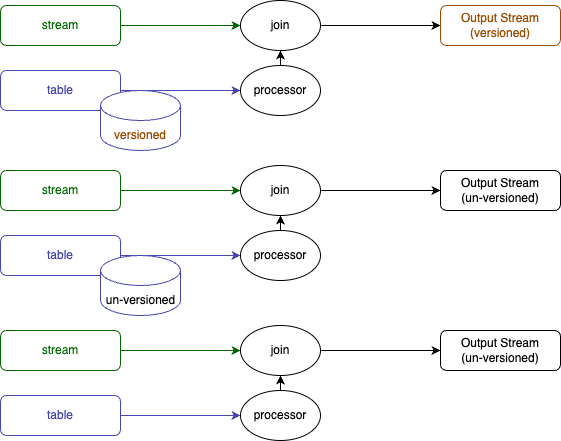
Earlier version of the draw.io export img/kafka/kafka-streams-versioned-state-store-10.drawio.png (windowforsun/blog). Source tidied: cells renumbered, new cells last; positions are measured from the earlier drawing's top-left corner, leaving out a move shared by most shapes.
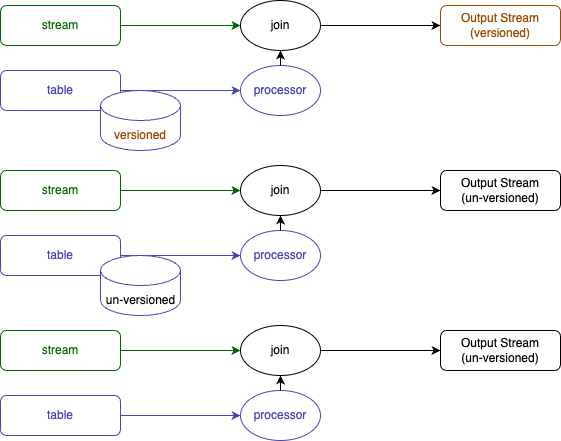
After the commit.

Commit message:
kafka-streams-versioned-state-store-10.drawio.png이 추가되었습니다.

What changed in the source:
```diff
@@ -29,7 +29,7 @@
     <mxCell id="10" value="versioned" style="text;html=1;align=center;verticalAlign=middle;whiteSpace=wrap;rounded=0;fontColor=#994C00;" parent="1" vertex="1">
       <mxGeometry x="110" y="120" width="60" height="30" as="geometry" />
     </mxCell>
-    <mxCell id="11" value="processor" style="ellipse;whiteSpace=wrap;html=1;strokeColor=#000000;" parent="1" vertex="1">
+    <mxCell id="11" value="processor" style="ellipse;whiteSpace=wrap;html=1;strokeColor=#4747B3;fontColor=#4747B3;" parent="1" vertex="1">
       <mxGeometry x="240" y="65" width="80" height="50" as="geometry" />
     </mxCell>
     <mxCell id="12" style="endArrow=classic;html=1;rounded=0;entryX=0.5;entryY=1;entryDx=0;entryDy=0;exitX=0.5;exitY=0;exitDx=0;exitDy=0;" parent="1" edge="1" source="11" target="5">
@@ -62,7 +62,7 @@
     <mxCell id="21" value="&lt;font color=&quot;#000000&quot;&gt;un-versioned&lt;/font&gt;" style="text;html=1;align=center;verticalAlign=middle;whiteSpace=wrap;rounded=0;fontColor=#994C00;" parent="1" vertex="1">
       <mxGeometry x="102.5" y="285" width="75" height="30" as="geometry" />
     </mxCell>
-    <mxCell id="22" value="processor" style="ellipse;whiteSpace=wrap;html=1;strokeColor=#000000;" parent="1" vertex="1">
+    <mxCell id="22" value="processor" style="ellipse;whiteSpace=wrap;html=1;strokeColor=#4747B3;fontColor=#4747B3;" parent="1" vertex="1">
       <mxGeometry x="240" y="230" width="80" height="50" as="geometry" />
     </mxCell>
     <mxCell id="23" style="endArrow=classic;html=1;rounded=0;entryX=0.5;entryY=1;entryDx=0;entryDy=0;exitX=0.5;exitY=0;exitDx=0;exitDy=0;" parent="1" edge="1" source="22" target="16">
@@ -89,7 +89,7 @@
     <mxCell id="30" value="&lt;div&gt;&lt;font color=&quot;#4747b3&quot;&gt;table&lt;/font&gt;&lt;/div&gt;" style="rounded=1;whiteSpace=wrap;html=1;strokeColor=#4747B3;fontColor=#006600;" parent="1" vertex="1">
       <mxGeometry y="395" width="120" height="40" as="geometry" />
     </mxCell>
-    <mxCell id="31" value="processor" style="ellipse;whiteSpace=wrap;html=1;strokeColor=#000000;" parent="1" vertex="1">
+    <mxCell id="31" value="processor" style="ellipse;whiteSpace=wrap;html=1;strokeColor=#4747B3;fontColor=#4747B3;" parent="1" vertex="1">
       <mxGeometry x="240" y="390" width="80" height="50" as="geometry" />
     </mxCell>
     <mxCell id="32" style="endArrow=classic;html=1;rounded=0;entryX=0.5;entryY=1;entryDx=0;entryDy=0;exitX=0.5;exitY=0;exitDx=0;exitDy=0;" parent="1" edge="1" source="31" target="27">
```
